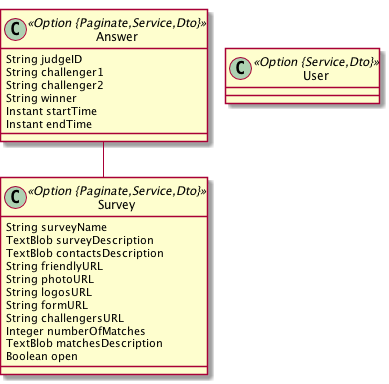
This is src/main/resources/survey-answer-jdl-v0.1.png from biodiful/biodiful, a PlantUML export, as it was before one commit.
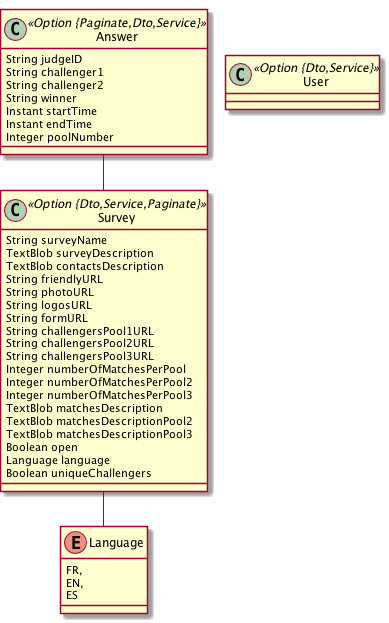
Later version of the same file.

The edit, as a diff of the source:
```diff
@@ -1,7 +1,7 @@
 @startuml
 	!pragma graphviz_dot jdot
 	!pragma syntax class
-	class Survey <<Option {Paginate,Service,Dto}>> {
+	class Survey <<Option {Dto,Service,Paginate}>> {
 		String surveyName
 		TextBlob surveyDescription
 		TextBlob contactsDescription
@@ -9,20 +9,35 @@
 		String photoURL
 		String logosURL
 		String formURL
-		String challengersURL
-		Integer numberOfMatches
+		String challengersPool1URL
+		String challengersPool2URL
+		String challengersPool3URL
+		Integer numberOfMatchesPerPool
+		Integer numberOfMatchesPerPool2
+		Integer numberOfMatchesPerPool3
 		TextBlob matchesDescription
+		TextBlob matchesDescriptionPool2
+		TextBlob matchesDescriptionPool3
 		Boolean open
+		Language language
+		Boolean uniqueChallengers
 	}
-	class Answer <<Option {Paginate,Service,Dto}>> {
+	Survey ..> Language
+	enum Language {
+		FR,
+		EN,
+		ES
+	}
+	class Answer <<Option {Paginate,Dto,Service}>> {
 		String judgeID
 		String challenger1
 		String challenger2
 		String winner
 		Instant startTime
 		Instant endTime
+		Integer poolNumber
 	}
 	Answer  "Survey 0..* " o-- "0..1 "  Survey
-	class User <<Option {Service,Dto}>> {
+	class User <<Option {Dto,Service}>> {
 	}
 @enduml
```
